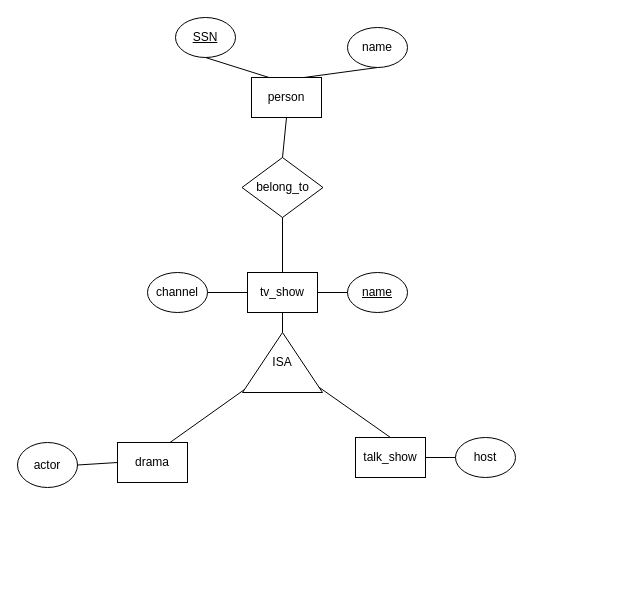
This is hw2_part2C.drawio from jamessu1201/Database_System, a draw.io file, before an edit. Source tidied: cells renumbered, new cells numbered last; positions are measured from the earlier drawing's top-left corner, leaving out a move shared by most shapes. Both pictures are drawn from the tidied source at 100%, with x=0, y=0 at pixel (17, 17).
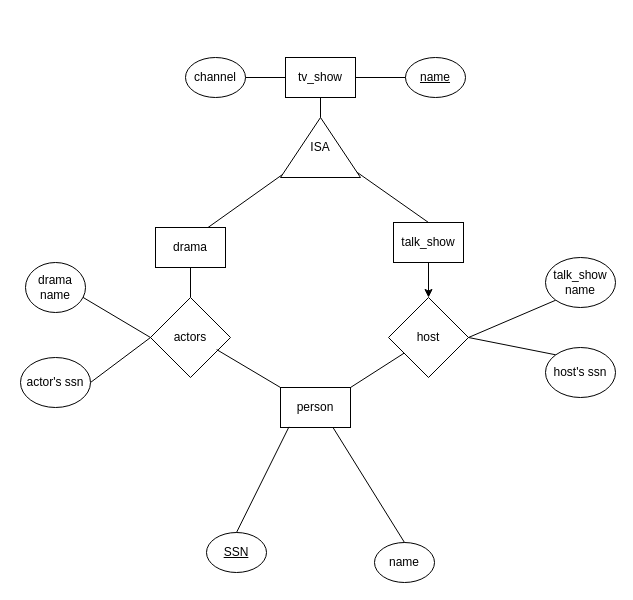
The same page after the edit.

Diff of the diagram source:
```diff
@@
     <mxCell id="2" value="person" style="rounded=0;whiteSpace=wrap;html=1;" parent="1" vertex="1">
-      <mxGeometry x="234" y="60" width="70" height="40" as="geometry" />
+      <mxGeometry x="263" y="370" width="70" height="40" as="geometry" />
     </mxCell>
     <mxCell id="3" value="SSN" style="ellipse;whiteSpace=wrap;html=1;fontStyle=4;" parent="1" vertex="1">
-      <mxGeometry x="158" width="60" height="40" as="geometry" />
+      <mxGeometry x="189" y="515" width="60" height="40" as="geometry" />
     </mxCell>
-    <mxCell id="4" style="endArrow=none;html=1;rounded=0;entryX=0.25;entryY=0;entryDx=0;entryDy=0;exitX=0.5;exitY=1;exitDx=0;exitDy=0;" parent="1" edge="1" source="3" target="2">
+    <mxCell id="4" style="endArrow=none;html=1;rounded=0;entryX=0.121;entryY=0.984;entryDx=0;entryDy=0;exitX=0.5;exitY=0;exitDx=0;exitDy=0;entryPerimeter=0;" parent="1" edge="1" source="3" target="2">
       <mxGeometry relative="1" as="geometry" />
     </mxCell>
     <mxCell id="5" value="name" style="ellipse;whiteSpace=wrap;html=1;" parent="1" vertex="1">
-      <mxGeometry x="330" y="10" width="60" height="40" as="geometry" />
+      <mxGeometry x="357" y="525" width="60" height="40" as="geometry" />
     </mxCell>
-    <mxCell id="6" style="endArrow=none;html=1;rounded=0;entryX=0.75;entryY=0;entryDx=0;entryDy=0;exitX=0.5;exitY=1;exitDx=0;exitDy=0;" parent="1" edge="1" source="5" target="2">
+    <mxCell id="6" style="endArrow=none;html=1;rounded=0;entryX=0.75;entryY=1;entryDx=0;entryDy=0;exitX=0.5;exitY=0;exitDx=0;exitDy=0;" parent="1" edge="1" source="5" target="2">
       <mxGeometry relative="1" as="geometry" />
     </mxCell>
     <mxCell id="7" value="drama" style="rounded=0;whiteSpace=wrap;html=1;" parent="1" vertex="1">
-      <mxGeometry x="100" y="425" width="70" height="40" as="geometry" />
+      <mxGeometry x="138" y="210" width="70" height="40" as="geometry" />
     </mxCell>
@@
     <mxCell id="9" value="ISA" style="triangle;whiteSpace=wrap;html=1;rotation=90;flipV=1;flipH=1;horizontal=0;verticalAlign=middle;labelPosition=center;verticalLabelPosition=middle;align=center;" parent="1" vertex="1">
-      <mxGeometry x="235" y="305" width="60" height="80" as="geometry" />
+      <mxGeometry x="273" y="90" width="60" height="80" as="geometry" />
     </mxCell>
@@
     <mxCell id="11" value="tv_show" style="rounded=0;whiteSpace=wrap;html=1;" parent="1" vertex="1">
-      <mxGeometry x="230" y="255" width="70" height="40" as="geometry" />
+      <mxGeometry x="268" y="40" width="70" height="40" as="geometry" />
     </mxCell>
     <mxCell id="12" value="channel" style="ellipse;whiteSpace=wrap;html=1;" parent="1" vertex="1">
-      <mxGeometry x="130" y="255" width="60" height="40" as="geometry" />
+      <mxGeometry x="168" y="40" width="60" height="40" as="geometry" />
     </mxCell>
@@
     <mxCell id="14" value="name" style="ellipse;whiteSpace=wrap;html=1;fontStyle=4;" parent="1" vertex="1">
-      <mxGeometry x="330" y="255" width="60" height="40" as="geometry" />
+      <mxGeometry x="388" y="40" width="60" height="40" as="geometry" />
     </mxCell>
@@
-    <mxCell id="17" value="belong_to" style="rhombus;whiteSpace=wrap;html=1;" parent="1" vertex="1">
-      <mxGeometry x="224.5" y="140" width="81" height="60" as="geometry" />
-    </mxCell>
-    <mxCell id="18" style="endArrow=none;html=1;rounded=0;entryX=0.5;entryY=1;entryDx=0;entryDy=0;exitX=0.5;exitY=0;exitDx=0;exitDy=0;" parent="1" edge="1" source="17" target="2">
+    <mxCell id="18" style="endArrow=none;html=1;rounded=0;exitX=1;exitY=0;exitDx=0;exitDy=0;" parent="1" edge="1" source="2" target="21">
       <mxGeometry relative="1" as="geometry" />
     </mxCell>
-    <mxCell id="19" style="endArrow=none;html=1;rounded=0;entryX=0.5;entryY=1;entryDx=0;entryDy=0;exitX=0.5;exitY=0;exitDx=0;exitDy=0;" parent="1" edge="1" source="11" target="17">
-      <mxGeometry relative="1" as="geometry" />
-    </mxCell>
+    <mxCell id="25" style="edgeStyle=orthogonalEdgeStyle;rounded=0;jettySize=auto;html=1;" parent="1" edge="1" source="20" target="21">
+      <mxGeometry relative="1" as="geometry" />
+    </mxCell>
     <mxCell id="20" value="talk_show" style="rounded=0;whiteSpace=wrap;html=1;" parent="1" vertex="1">
-      <mxGeometry x="338" y="420" width="70" height="40" as="geometry" />
+      <mxGeometry x="376" y="205" width="70" height="40" as="geometry" />
     </mxCell>
+    <mxCell id="24" style="endArrow=none;html=1;rounded=0;entryX=0.5;entryY=1;entryDx=0;entryDy=0;exitX=0.5;exitY=0;exitDx=0;exitDy=0;" parent="1" edge="1" source="26" target="7">
+      <mxGeometry relative="1" as="geometry" />
+    </mxCell>
-    <mxCell id="21" value="host" style="ellipse;whiteSpace=wrap;html=1;fontStyle=0;" parent="1" vertex="1">
-      <mxGeometry x="438" y="420" width="60" height="40" as="geometry" />
+    <mxCell id="21" value="host" style="rhombus;whiteSpace=wrap;html=1;" parent="1" vertex="1">
+      <mxGeometry x="371" y="280" width="80" height="80" as="geometry" />
     </mxCell>
-    <mxCell id="22" style="endArrow=none;html=1;rounded=0;entryX=1;entryY=0.5;entryDx=0;entryDy=0;exitX=0;exitY=0.5;exitDx=0;exitDy=0;" parent="1" edge="1" source="21" target="20">
-      <mxGeometry relative="1" as="geometry" />
-    </mxCell>
-    <mxCell id="23" value="actor" style="ellipse;whiteSpace=wrap;html=1;" parent="1" vertex="1">
-      <mxGeometry y="425" width="60" height="45" as="geometry" />
-    </mxCell>
-    <mxCell id="24" style="endArrow=none;html=1;rounded=0;entryX=0;entryY=0.5;entryDx=0;entryDy=0;exitX=1;exitY=0.5;exitDx=0;exitDy=0;" parent="1" edge="1" source="23" target="7">
-      <mxGeometry relative="1" as="geometry" />
-    </mxCell>
+    <mxCell id="26" value="actors" style="rhombus;whiteSpace=wrap;html=1;" parent="1" vertex="1">
+      <mxGeometry x="133" y="280" width="80" height="80" as="geometry" />
+    </mxCell>
+    <mxCell id="27" style="endArrow=none;html=1;rounded=0;exitX=0;exitY=0;exitDx=0;exitDy=0;entryX=0.827;entryY=0.651;entryDx=0;entryDy=0;entryPerimeter=0;" parent="1" edge="1" source="2" target="26">
+      <mxGeometry relative="1" as="geometry" />
+    </mxCell>
+    <mxCell id="28" style="endArrow=none;html=1;rounded=0;entryX=0;entryY=0.5;entryDx=0;entryDy=0;exitX=0.955;exitY=0.695;exitDx=0;exitDy=0;exitPerimeter=0;" parent="1" edge="1" source="29" target="26">
+      <mxGeometry relative="1" as="geometry" />
+    </mxCell>
+    <mxCell id="29" value="drama name" style="ellipse;whiteSpace=wrap;html=1;" parent="1" vertex="1">
+      <mxGeometry x="8" y="245" width="60" height="50" as="geometry" />
+    </mxCell>
+    <mxCell id="30" style="endArrow=none;html=1;rounded=0;entryX=0;entryY=0.5;entryDx=0;entryDy=0;exitX=1;exitY=0.5;exitDx=0;exitDy=0;" parent="1" edge="1" source="31" target="26">
+      <mxGeometry relative="1" as="geometry" />
+    </mxCell>
+    <mxCell id="31" value="actor's ssn" style="ellipse;whiteSpace=wrap;html=1;" parent="1" vertex="1">
+      <mxGeometry x="3" y="340" width="70" height="50" as="geometry" />
+    </mxCell>
+    <mxCell id="32" style="endArrow=none;html=1;rounded=0;entryX=0;entryY=1;entryDx=0;entryDy=0;exitX=1;exitY=0.5;exitDx=0;exitDy=0;" parent="1" edge="1" source="21" target="33">
+      <mxGeometry relative="1" as="geometry" />
+    </mxCell>
+    <mxCell id="33" value="talk_show name" style="ellipse;whiteSpace=wrap;html=1;" parent="1" vertex="1">
+      <mxGeometry x="528" y="240" width="70" height="50" as="geometry" />
+    </mxCell>
+    <mxCell id="34" style="endArrow=none;html=1;rounded=0;entryX=0;entryY=0;entryDx=0;entryDy=0;exitX=1;exitY=0.5;exitDx=0;exitDy=0;" parent="1" edge="1" source="21" target="35">
+      <mxGeometry relative="1" as="geometry" />
+    </mxCell>
+    <mxCell id="35" value="host's ssn" style="ellipse;whiteSpace=wrap;html=1;" parent="1" vertex="1">
+      <mxGeometry x="528" y="330" width="70" height="50" as="geometry" />
+    </mxCell>
```
